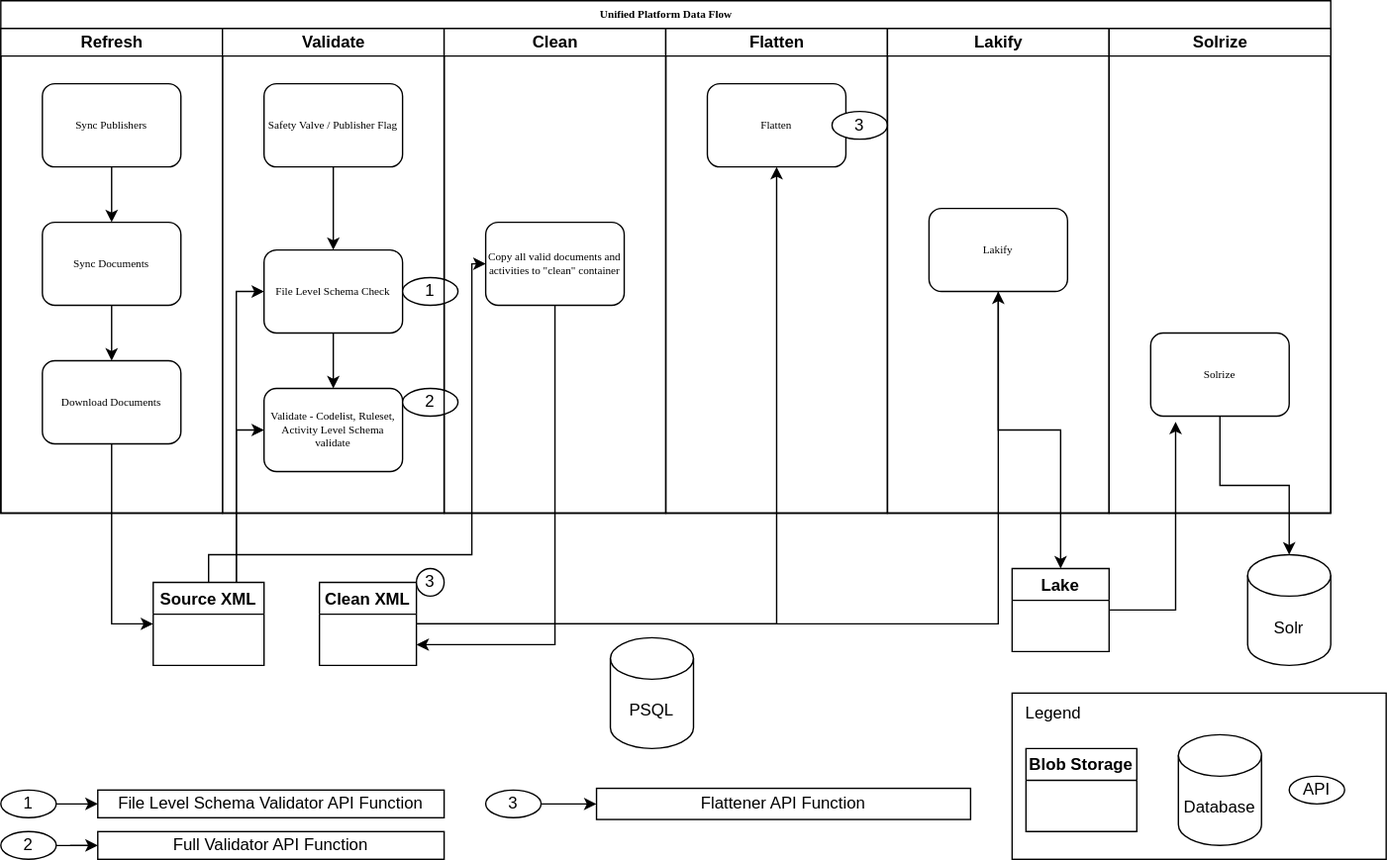
The draw.io diagram IATI_Data_Flow.drawio.svg in IATI/refresher, before a commit. Source tidied: cells renumbered, new cells last; positions are measured from the earlier drawing's top-left corner, leaving out a move shared by most shapes. Its diagram source:
```xml
<mxGraphModel>
  <root>
    <mxCell id="0" />
    <mxCell id="1" parent="0" />
    <mxCell id="2" value="&lt;div style=&quot;&quot;&gt;&lt;div style=&quot;text-align: left;&quot;&gt;&lt;br&gt;&lt;/div&gt;&lt;/div&gt;" style="rounded=0;whiteSpace=wrap;html=1;" parent="1" vertex="1">
      <mxGeometry x="730" y="500" width="270" height="120" as="geometry" />
    </mxCell>
    <mxCell id="3" value="Unified Platform Data Flow" style="swimlane;html=1;startSize=20;rounded=0;shadow=0;labelBackgroundColor=none;strokeWidth=1;fontFamily=Verdana;fontSize=8;align=center;" parent="1" vertex="1">
      <mxGeometry width="960" height="370" as="geometry" />
    </mxCell>
    <mxCell id="4" value="Refresh" style="swimlane;html=1;startSize=20;" parent="3" vertex="1">
      <mxGeometry y="20" width="160" height="350" as="geometry" />
    </mxCell>
    <mxCell id="5" style="edgeStyle=orthogonalEdgeStyle;rounded=0;jettySize=auto;html=1;" parent="4" edge="1" source="6" target="9">
      <mxGeometry relative="1" as="geometry" />
    </mxCell>
    <mxCell id="6" value="Sync Publishers" style="rounded=1;whiteSpace=wrap;html=1;shadow=0;labelBackgroundColor=none;strokeWidth=1;fontFamily=Verdana;fontSize=8;align=center;" parent="4" vertex="1">
      <mxGeometry x="30" y="40" width="100" height="60" as="geometry" />
    </mxCell>
    <mxCell id="7" value="Download Documents" style="rounded=1;whiteSpace=wrap;html=1;shadow=0;labelBackgroundColor=none;strokeWidth=1;fontFamily=Verdana;fontSize=8;align=center;" parent="4" vertex="1">
      <mxGeometry x="30" y="240" width="100" height="60" as="geometry" />
    </mxCell>
    <mxCell id="8" style="edgeStyle=orthogonalEdgeStyle;rounded=0;jettySize=auto;html=1;" parent="4" edge="1" source="9" target="7">
      <mxGeometry relative="1" as="geometry" />
    </mxCell>
    <mxCell id="9" value="Sync Documents" style="rounded=1;whiteSpace=wrap;html=1;shadow=0;labelBackgroundColor=none;strokeWidth=1;fontFamily=Verdana;fontSize=8;align=center;" parent="4" vertex="1">
      <mxGeometry x="30" y="140" width="100" height="60" as="geometry" />
    </mxCell>
    <mxCell id="10" value="Validate" style="swimlane;html=1;startSize=20;" parent="3" vertex="1">
      <mxGeometry x="160" y="20" width="160" height="350" as="geometry" />
    </mxCell>
    <mxCell id="11" style="edgeStyle=orthogonalEdgeStyle;rounded=0;jettySize=auto;html=1;" parent="10" edge="1" source="12" target="13">
      <mxGeometry relative="1" as="geometry" />
    </mxCell>
    <mxCell id="12" value="File Level Schema Check" style="rounded=1;whiteSpace=wrap;html=1;shadow=0;labelBackgroundColor=none;strokeWidth=1;fontFamily=Verdana;fontSize=8;align=center;" parent="10" vertex="1">
      <mxGeometry x="30" y="160" width="100" height="60" as="geometry" />
    </mxCell>
    <mxCell id="13" value="Validate - Codelist, Ruleset, Activity Level Schema validate" style="rounded=1;whiteSpace=wrap;html=1;shadow=0;labelBackgroundColor=none;strokeWidth=1;fontFamily=Verdana;fontSize=8;align=center;" parent="10" vertex="1">
      <mxGeometry x="30" y="260" width="100" height="60" as="geometry" />
    </mxCell>
    <mxCell id="14" value="1" style="ellipse;whiteSpace=wrap;html=1;" parent="10" vertex="1">
      <mxGeometry x="130" y="180" width="40" height="20" as="geometry" />
    </mxCell>
    <mxCell id="15" value="2" style="ellipse;whiteSpace=wrap;html=1;" parent="10" vertex="1">
      <mxGeometry x="130" y="260" width="40" height="20" as="geometry" />
    </mxCell>
    <mxCell id="16" value="Safety Valve / Publisher Flag" style="rounded=1;whiteSpace=wrap;html=1;shadow=0;labelBackgroundColor=none;strokeWidth=1;fontFamily=Verdana;fontSize=8;align=center;" parent="10" vertex="1">
      <mxGeometry x="30" y="40" width="100" height="60" as="geometry" />
    </mxCell>
    <mxCell id="17" style="edgeStyle=orthogonalEdgeStyle;rounded=0;jettySize=auto;html=1;entryX=0.5;entryY=0;entryDx=0;entryDy=0;" parent="10" edge="1" source="16" target="12">
      <mxGeometry relative="1" as="geometry" />
    </mxCell>
    <mxCell id="18" value="Clean" style="swimlane;html=1;startSize=20;align=center;" parent="3" vertex="1">
      <mxGeometry x="320" y="20" width="160" height="350" as="geometry" />
    </mxCell>
    <mxCell id="19" value="&lt;div style=&quot;&quot;&gt;Copy all valid documents and activities to &quot;clean&quot; container&lt;/div&gt;" style="rounded=1;whiteSpace=wrap;html=1;shadow=0;labelBackgroundColor=none;strokeWidth=1;fontFamily=Verdana;fontSize=8;align=center;" parent="18" vertex="1">
      <mxGeometry x="30" y="140" width="100" height="60" as="geometry" />
    </mxCell>
    <mxCell id="20" value="Flatten" style="swimlane;html=1;startSize=20;" parent="3" vertex="1">
      <mxGeometry x="480" y="20" width="160" height="350" as="geometry" />
    </mxCell>
    <mxCell id="21" value="Flatten" style="rounded=1;whiteSpace=wrap;html=1;shadow=0;labelBackgroundColor=none;strokeWidth=1;fontFamily=Verdana;fontSize=8;align=center;" parent="20" vertex="1">
      <mxGeometry x="30" y="40" width="100" height="60" as="geometry" />
    </mxCell>
    <mxCell id="22" value="3" style="ellipse;whiteSpace=wrap;html=1;" parent="20" vertex="1">
      <mxGeometry x="120" y="60" width="40" height="20" as="geometry" />
    </mxCell>
    <mxCell id="23" value="Lakify" style="swimlane;html=1;startSize=20;" parent="3" vertex="1">
      <mxGeometry x="640" y="20" width="160" height="350" as="geometry" />
    </mxCell>
    <mxCell id="24" value="Lakify" style="rounded=1;whiteSpace=wrap;html=1;shadow=0;labelBackgroundColor=none;strokeWidth=1;fontFamily=Verdana;fontSize=8;align=center;" parent="23" vertex="1">
      <mxGeometry x="30" y="130" width="100" height="60" as="geometry" />
    </mxCell>
    <mxCell id="25" value="Solrize" style="swimlane;html=1;startSize=20;" parent="3" vertex="1">
      <mxGeometry x="800" y="20" width="160" height="350" as="geometry" />
    </mxCell>
    <mxCell id="26" value="Solrize" style="rounded=1;whiteSpace=wrap;html=1;shadow=0;labelBackgroundColor=none;strokeWidth=1;fontFamily=Verdana;fontSize=8;align=center;" parent="25" vertex="1">
      <mxGeometry x="30" y="220" width="100" height="60" as="geometry" />
    </mxCell>
    <mxCell id="27" value="PSQL" style="shape=cylinder3;whiteSpace=wrap;html=1;boundedLbl=1;backgroundOutline=1;size=15;" parent="1" vertex="1">
      <mxGeometry x="440" y="460" width="60" height="80" as="geometry" />
    </mxCell>
    <mxCell id="28" style="edgeStyle=orthogonalEdgeStyle;rounded=0;jettySize=auto;html=1;entryX=0;entryY=0.5;entryDx=0;entryDy=0;" parent="1" edge="1" source="31" target="12">
      <mxGeometry relative="1" as="geometry">
        <Array as="points">
          <mxPoint x="170" y="210" />
        </Array>
      </mxGeometry>
    </mxCell>
    <mxCell id="29" style="edgeStyle=orthogonalEdgeStyle;rounded=0;jettySize=auto;html=1;entryX=0;entryY=0.5;entryDx=0;entryDy=0;" parent="1" edge="1" source="31" target="13">
      <mxGeometry relative="1" as="geometry">
        <Array as="points">
          <mxPoint x="170" y="310" />
        </Array>
      </mxGeometry>
    </mxCell>
    <mxCell id="30" style="edgeStyle=orthogonalEdgeStyle;rounded=0;jettySize=auto;html=1;entryX=0;entryY=0.5;entryDx=0;entryDy=0;" parent="1" edge="1" source="31" target="19">
      <mxGeometry relative="1" as="geometry">
        <Array as="points">
          <mxPoint x="150" y="400" />
          <mxPoint x="340" y="400" />
          <mxPoint x="340" y="190" />
        </Array>
      </mxGeometry>
    </mxCell>
    <mxCell id="31" value="Source XML" style="swimlane;" parent="1" vertex="1">
      <mxGeometry x="110" y="420" width="80" height="60" as="geometry" />
    </mxCell>
    <mxCell id="32" style="edgeStyle=orthogonalEdgeStyle;rounded=0;jettySize=auto;html=1;entryX=0;entryY=0.5;entryDx=0;entryDy=0;" parent="1" edge="1" source="7" target="31">
      <mxGeometry relative="1" as="geometry" />
    </mxCell>
    <mxCell id="33" style="edgeStyle=orthogonalEdgeStyle;rounded=0;jettySize=auto;html=1;entryX=0.5;entryY=1;entryDx=0;entryDy=0;" parent="1" edge="1" source="35" target="21">
      <mxGeometry relative="1" as="geometry" />
    </mxCell>
    <mxCell id="34" style="edgeStyle=orthogonalEdgeStyle;rounded=0;jettySize=auto;html=1;entryX=0.5;entryY=1;entryDx=0;entryDy=0;" parent="1" edge="1" source="35" target="24">
      <mxGeometry relative="1" as="geometry" />
    </mxCell>
    <mxCell id="35" value="Clean XML" style="swimlane;" parent="1" vertex="1">
      <mxGeometry x="230" y="420" width="70" height="60" as="geometry" />
    </mxCell>
    <mxCell id="36" style="edgeStyle=orthogonalEdgeStyle;rounded=0;jettySize=auto;html=1;entryX=1;entryY=0.75;entryDx=0;entryDy=0;" parent="1" edge="1" source="19" target="35">
      <mxGeometry relative="1" as="geometry">
        <Array as="points">
          <mxPoint x="400" y="465" />
        </Array>
      </mxGeometry>
    </mxCell>
    <mxCell id="37" value="Solr" style="shape=cylinder3;whiteSpace=wrap;html=1;boundedLbl=1;backgroundOutline=1;size=15;" parent="1" vertex="1">
      <mxGeometry x="900" y="400" width="60" height="80" as="geometry" />
    </mxCell>
    <mxCell id="38" style="edgeStyle=orthogonalEdgeStyle;rounded=0;jettySize=auto;html=1;" parent="1" edge="1" source="26" target="37">
      <mxGeometry relative="1" as="geometry" />
    </mxCell>
    <mxCell id="39" style="edgeStyle=orthogonalEdgeStyle;rounded=0;jettySize=auto;html=1;entryX=0.18;entryY=1.067;entryDx=0;entryDy=0;entryPerimeter=0;" parent="1" edge="1" source="40" target="26">
      <mxGeometry relative="1" as="geometry" />
    </mxCell>
    <mxCell id="40" value="Lake" style="swimlane;" parent="1" vertex="1">
      <mxGeometry x="730" y="410" width="70" height="60" as="geometry" />
    </mxCell>
    <mxCell id="41" style="edgeStyle=orthogonalEdgeStyle;rounded=0;jettySize=auto;html=1;" parent="1" edge="1" source="24" target="40">
      <mxGeometry relative="1" as="geometry" />
    </mxCell>
    <mxCell id="42" style="edgeStyle=orthogonalEdgeStyle;rounded=0;jettySize=auto;html=1;" parent="1" edge="1" target="43">
      <mxGeometry relative="1" as="geometry">
        <mxPoint x="40" y="580" as="sourcePoint" />
      </mxGeometry>
    </mxCell>
    <mxCell id="43" value="File Level Schema Validator API Function" style="whiteSpace=wrap;html=1;" parent="1" vertex="1">
      <mxGeometry x="70" y="570" width="250" height="20" as="geometry" />
    </mxCell>
    <mxCell id="44" style="edgeStyle=orthogonalEdgeStyle;rounded=0;jettySize=auto;html=1;" parent="1" edge="1" target="45">
      <mxGeometry relative="1" as="geometry">
        <mxPoint x="40" y="610" as="sourcePoint" />
      </mxGeometry>
    </mxCell>
    <mxCell id="45" value="Full Validator API Function" style="whiteSpace=wrap;html=1;" parent="1" vertex="1">
      <mxGeometry x="70" y="600" width="250" height="20" as="geometry" />
    </mxCell>
    <mxCell id="46" style="edgeStyle=orthogonalEdgeStyle;rounded=0;jettySize=auto;html=1;" parent="1" edge="1" target="47">
      <mxGeometry relative="1" as="geometry">
        <mxPoint x="390" y="580" as="sourcePoint" />
      </mxGeometry>
    </mxCell>
    <mxCell id="47" value="Flattener API Function" style="whiteSpace=wrap;html=1;" parent="1" vertex="1">
      <mxGeometry x="430" y="568.8" width="270" height="22.5" as="geometry" />
    </mxCell>
    <mxCell id="48" value="3" style="ellipse;whiteSpace=wrap;html=1;" parent="1" vertex="1">
      <mxGeometry x="300" y="410" width="20" height="20" as="geometry" />
    </mxCell>
    <mxCell id="49" value="1" style="ellipse;whiteSpace=wrap;html=1;" parent="1" vertex="1">
      <mxGeometry y="570" width="40" height="20" as="geometry" />
    </mxCell>
    <mxCell id="50" value="2" style="ellipse;whiteSpace=wrap;html=1;" parent="1" vertex="1">
      <mxGeometry y="600" width="40" height="20" as="geometry" />
    </mxCell>
    <mxCell id="51" value="3" style="ellipse;whiteSpace=wrap;html=1;" parent="1" vertex="1">
      <mxGeometry x="350" y="570" width="40" height="20" as="geometry" />
    </mxCell>
    <mxCell id="52" value="Blob Storage" style="swimlane;whiteSpace=wrap;html=1;" parent="1" vertex="1">
      <mxGeometry x="740" y="540" width="80" height="60" as="geometry" />
    </mxCell>
    <mxCell id="53" value="Database&lt;br&gt;" style="shape=cylinder3;whiteSpace=wrap;html=1;boundedLbl=1;backgroundOutline=1;size=15;" parent="1" vertex="1">
      <mxGeometry x="850" y="530" width="60" height="80" as="geometry" />
    </mxCell>
    <mxCell id="54" value="API" style="ellipse;whiteSpace=wrap;html=1;" parent="1" vertex="1">
      <mxGeometry x="930" y="560" width="40" height="20" as="geometry" />
    </mxCell>
    <mxCell id="55" value="Legend" style="text;html=1;strokeColor=none;fillColor=none;align=center;verticalAlign=middle;whiteSpace=wrap;rounded=0;" parent="1" vertex="1">
      <mxGeometry x="730" y="500" width="60" height="30" as="geometry" />
    </mxCell>
  </root>
</mxGraphModel>
```
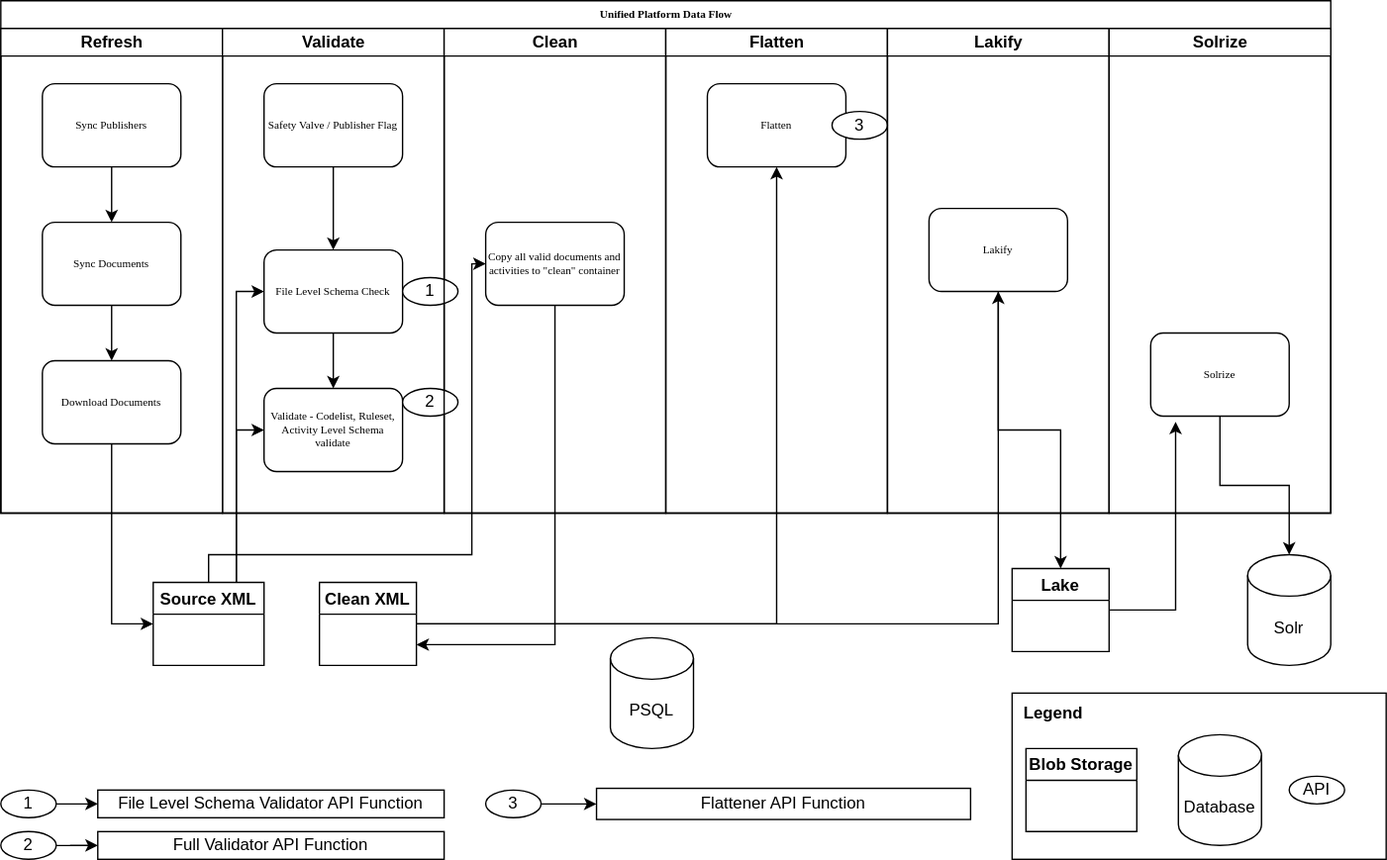
Later version of the same file.

Diff of the diagram source:
```diff
@@ -164,9 +164,6 @@
     <mxCell id="47" value="Flattener API Function" style="whiteSpace=wrap;html=1;" parent="1" vertex="1">
       <mxGeometry x="430" y="568.8" width="270" height="22.5" as="geometry" />
     </mxCell>
-    <mxCell id="48" value="3" style="ellipse;whiteSpace=wrap;html=1;" parent="1" vertex="1">
-      <mxGeometry x="300" y="410" width="20" height="20" as="geometry" />
-    </mxCell>
     <mxCell id="49" value="1" style="ellipse;whiteSpace=wrap;html=1;" parent="1" vertex="1">
       <mxGeometry y="570" width="40" height="20" as="geometry" />
     </mxCell>
@@ -185,7 +182,7 @@
     <mxCell id="54" value="API" style="ellipse;whiteSpace=wrap;html=1;" parent="1" vertex="1">
       <mxGeometry x="930" y="560" width="40" height="20" as="geometry" />
     </mxCell>
-    <mxCell id="55" value="Legend" style="text;html=1;strokeColor=none;fillColor=none;align=center;verticalAlign=middle;whiteSpace=wrap;rounded=0;" parent="1" vertex="1">
+    <mxCell id="55" value="Legend" style="text;html=1;strokeColor=none;fillColor=none;align=center;verticalAlign=middle;whiteSpace=wrap;rounded=0;fontStyle=1;" parent="1" vertex="1">
       <mxGeometry x="730" y="500" width="60" height="30" as="geometry" />
     </mxCell>
   </root>
```
